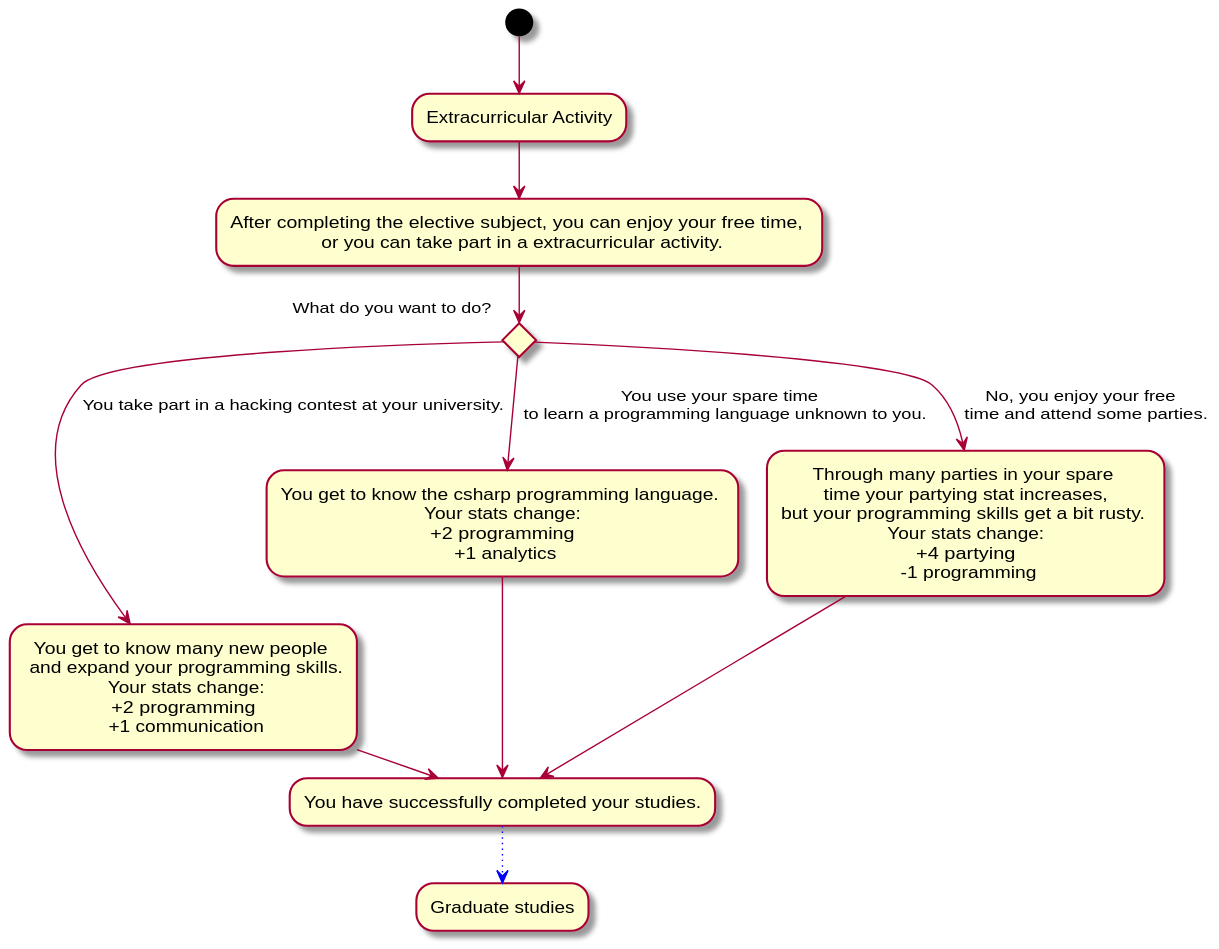
Above: Docs/Technical Specifications/docs/diagrams/storyflow-diagrams/storyflow-decision-3.svg in Brotenko/QualityQuest (PlantUML), before the change.
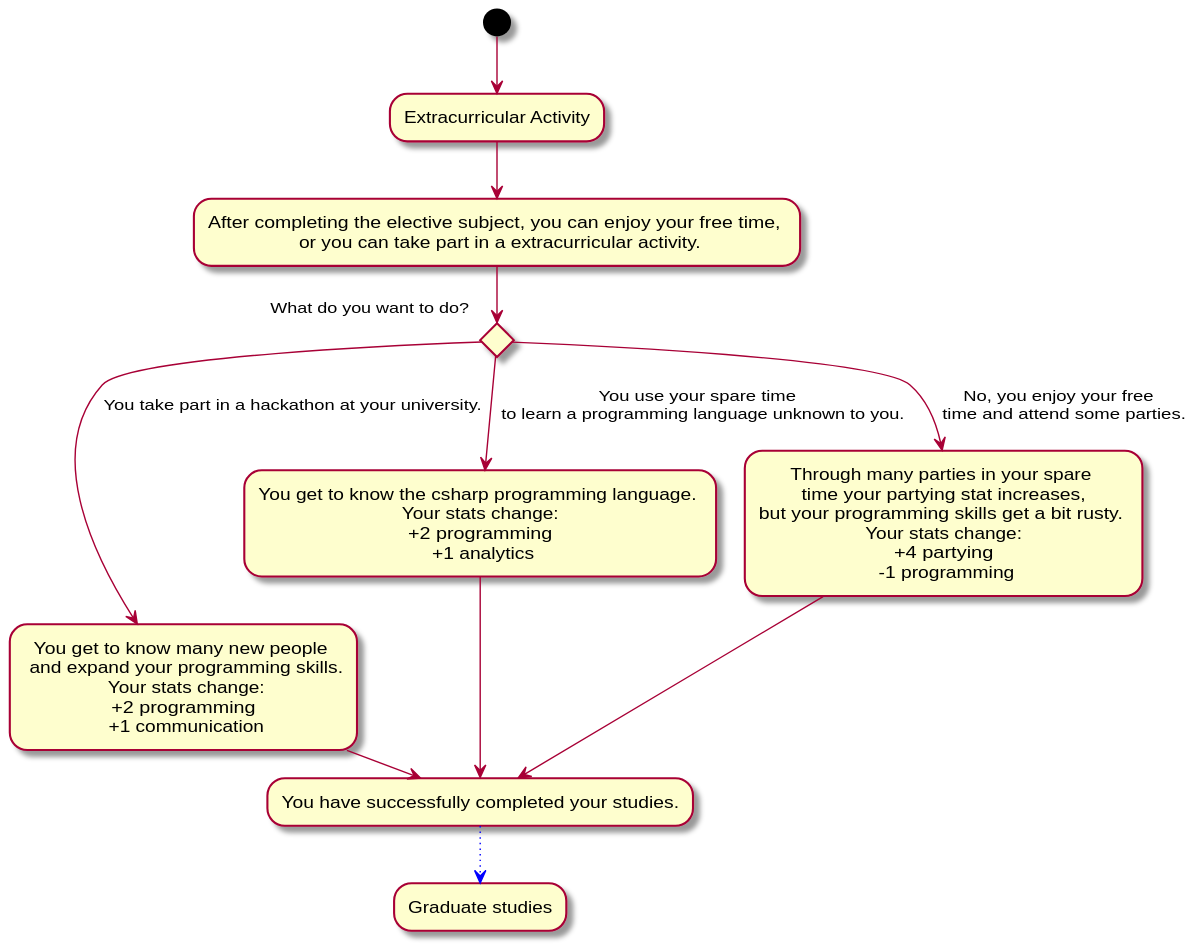
Above is the later version.

Diff of the diagram source:
```diff
@@ -6,7 +6,7 @@
 else
 --> [No, you enjoy your free \n time and attend some parties.] "Through many parties in your spare \n time your partying stat increases, \nbut your programming skills get a bit rusty. \n Your stats change: \n +4 partying \n -1 programming" as no
 else
---> [You take part in a hacking contest at your university.] "You get to know many new people \n and expand your programming skills.\n Your stats change:\n +2 programming \n +1 communication" as contest
+--> [You take part in a hackathon at your university.] "You get to know many new people \n and expand your programming skills.\n Your stats change:\n +2 programming \n +1 communication" as contest
 
 newL --> "You have successfully completed your studies." as studyComplete
 no --> studyComplete
```
